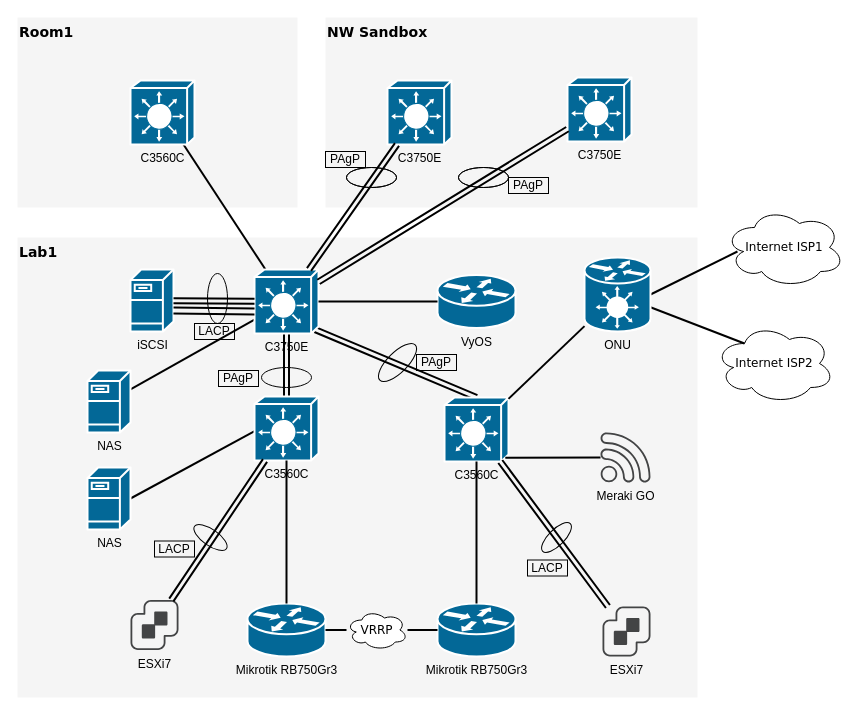
The draw.io diagram HomeNetwork_plan1.drawio in hirofumihida/drowio-home, before the edit. Source tidied: cells renumbered, new cells numbered last; positions are measured from the earlier drawing's top-left corner, leaving out a move shared by most shapes. Both pictures are drawn from the tidied source at 100%, with x=0, y=0 at pixel (17, 17).
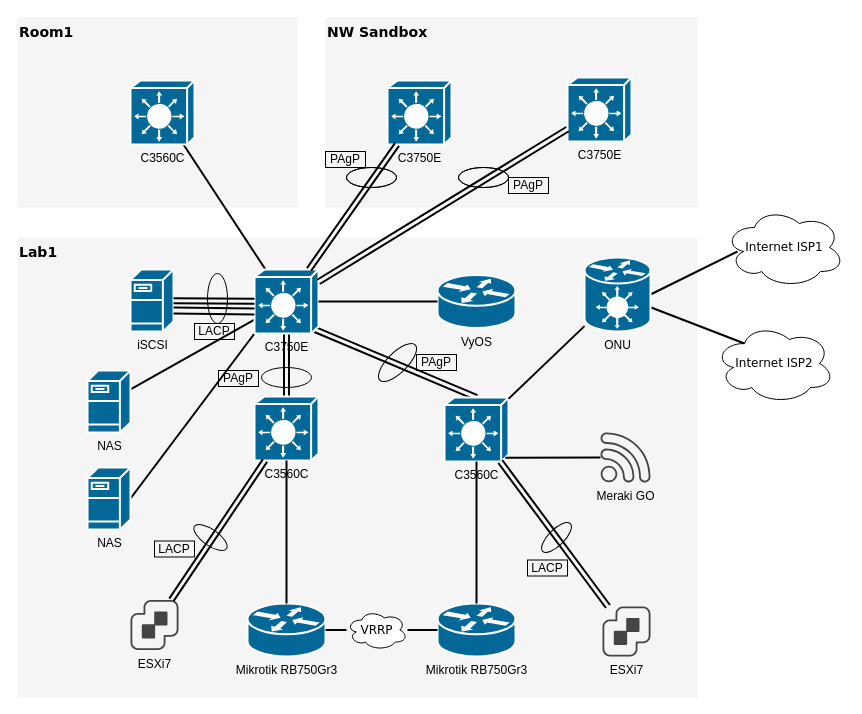
After the change.

Commit message:
HomeNetwork_plan1.drawio を更新します

The change refers to these unchanged cells:
```xml
<mxCell id="17" value="C3750E" style="shape=mxgraph.cisco.switches.layer_3_switch;sketch=0;html=1;dashed=0;fillColor=#036897;strokeColor=#ffffff;strokeWidth=2;verticalLabelPosition=bottom;verticalAlign=top;align=center;outlineConnect=0;" parent="1" vertex="1">
  <mxGeometry x="237" y="252" width="64" height="64" as="geometry" />
</mxCell>
<mxCell id="19" value="NAS" style="shape=mxgraph.cisco.servers.fileserver;html=1;dashed=0;fillColor=#036897;strokeColor=#ffffff;strokeWidth=2;verticalLabelPosition=bottom;verticalAlign=top;align=center;outlineConnect=0;" parent="1" vertex="1">
  <mxGeometry x="70" y="450" width="43" height="62" as="geometry" />
</mxCell>
<mxCell id="24" value="C3560C" style="shape=mxgraph.cisco.switches.layer_3_switch;sketch=0;html=1;dashed=0;fillColor=#036897;strokeColor=#ffffff;strokeWidth=2;verticalLabelPosition=bottom;verticalAlign=top;align=center;outlineConnect=0;" parent="1" vertex="1">
  <mxGeometry x="237" y="379" width="64" height="64" as="geometry" />
</mxCell>
```

What changed in the source:
```diff
@@
-    <mxCell id="6" style="edgeStyle=none;html=1;labelBackgroundColor=none;startFill=0;endArrow=none;endFill=0;strokeWidth=2;fontFamily=Verdana;fontSize=12;entryX=1;entryY=0.5;entryDx=0;entryDy=0;entryPerimeter=0;exitX=0.109;exitY=0.484;exitDx=0;exitDy=0;exitPerimeter=0;" parent="1" edge="1" source="24" target="19">
+    <mxCell id="6" style="edgeStyle=none;html=1;labelBackgroundColor=none;startFill=0;endArrow=none;endFill=0;strokeWidth=2;fontFamily=Verdana;fontSize=12;entryX=1;entryY=0.5;entryDx=0;entryDy=0;entryPerimeter=0;exitX=0;exitY=1;exitDx=0;exitDy=0;exitPerimeter=0;" parent="1" edge="1" source="17" target="19">
       <mxGeometry relative="1" as="geometry" />
     </mxCell>
```
